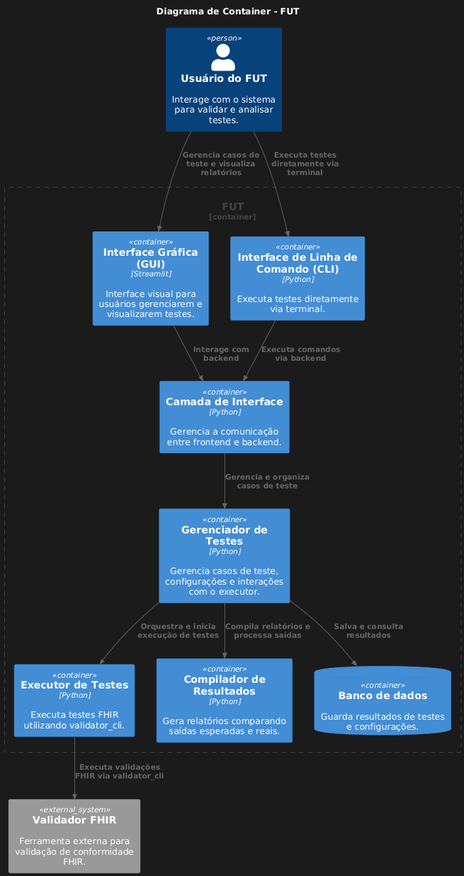
Above: Documentacao/Diagramas/DiagramaContainer.png in LeonardoCFilho/fut (PlantUML), before the change. Its source is kept beside it as Documentacao/Diagramas/DiagramaContainer.puml.
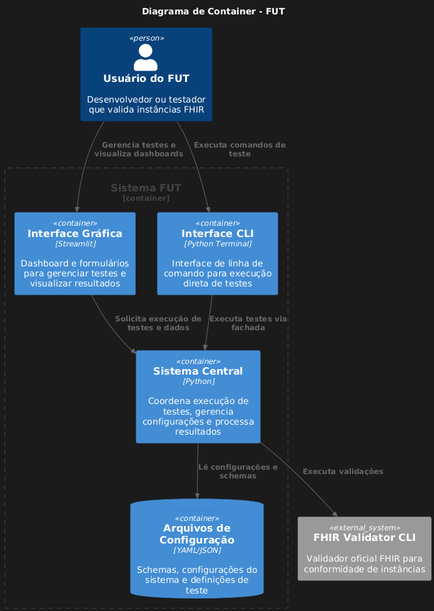
Above is the later version.

Commit message:
Atualizando plano de construção para alinhar com os requisitos e os diagramas C4

The edit, as a diff of the source:
```diff
@@ -4,28 +4,25 @@
 
 title Diagrama de Container - FUT
 
-Person(user, "Usuário do FUT", "Interage com o sistema para validar e analisar testes.")
+Person(user, "Usuário do FUT", "Desenvolvedor ou testador que valida instâncias FHIR")
 
-Container_Boundary(FUT, "FUT") {
-    Container(gui, "Interface Gráfica (GUI)", "Streamlit", "Interface visual para usuários gerenciarem e visualizarem testes.")
-    Container(cli, "Interface de Linha de Comando (CLI)", "Python", "Executa testes diretamente via terminal.")
-    Container(interface_layer, "Camada de Interface", "Python", "Gerencia a comunicação entre frontend e backend.")
+Container_Boundary(fut_system, "Sistema FUT") {
+    Container(gui, "Interface Gráfica", "Streamlit", "Dashboard e formulários para gerenciar testes e visualizar resultados")
+    Container(cli, "Interface CLI", "Python Terminal", "Interface de linha de comando para execução direta de testes")
 
-    Container(test_manager, "Gerenciador de Testes", "Python", "Gerencia casos de teste, configurações e interações com o executor.")
-    Container(test_executor, "Executor de Testes", "Python", "Executa testes FHIR utilizando validator_cli.")
-    Container(result_compiler, "Compilador de Resultados", "Python", "Gera relatórios comparando saídas esperadas e reais.")
-    ContainerDb(data_storage, "Banco de dados", "", "Guarda resultados de testes e configurações.")
+    Container(core_system, "Sistema Central", "Python", "Coordena execução de testes, gerencia configurações e processa resultados")
+
+    ContainerDb(config_files, "Arquivos de Configuração", "YAML/JSON", "Schemas, configurações do sistema e definições de teste")
 }
 
-System_Ext(fhir_validator, "Validador FHIR", "Ferramenta externa para validação de conformidade FHIR.")
+System_Ext(fhir_validator, "FHIR Validator CLI", "Validador oficial FHIR para conformidade de instâncias")
 
-Rel(user, gui, "Gerencia casos de teste e visualiza relatórios")
-Rel(user, cli, "Executa testes diretamente via terminal")
-Rel(gui, interface_layer, "Interage com backend")
-Rel(cli, interface_layer, "Executa comandos via backend")
-Rel(interface_layer, test_manager, "Gerencia e organiza casos de teste")
-Rel(test_manager, result_compiler, "Compila relatórios e processa saídas")
-Rel(test_executor, fhir_validator, "Executa validações FHIR via validator_cli")
-Rel(test_manager, data_storage, "Salva e consulta resultados")
-Rel(test_manager, test_executor, "Orquestra e inicia execução de testes")
+Rel(user, gui, "Gerencia testes e visualiza dashboards")
+Rel(user, cli, "Executa comandos de teste")
+
+Rel(gui, core_system, "Solicita execução de testes e dados")
+Rel(cli, core_system, "Executa testes via fachada")
+
+Rel(core_system, config_files, "Lê configurações e schemas")
+Rel(core_system, fhir_validator, "Executa validações")
 @enduml
```
